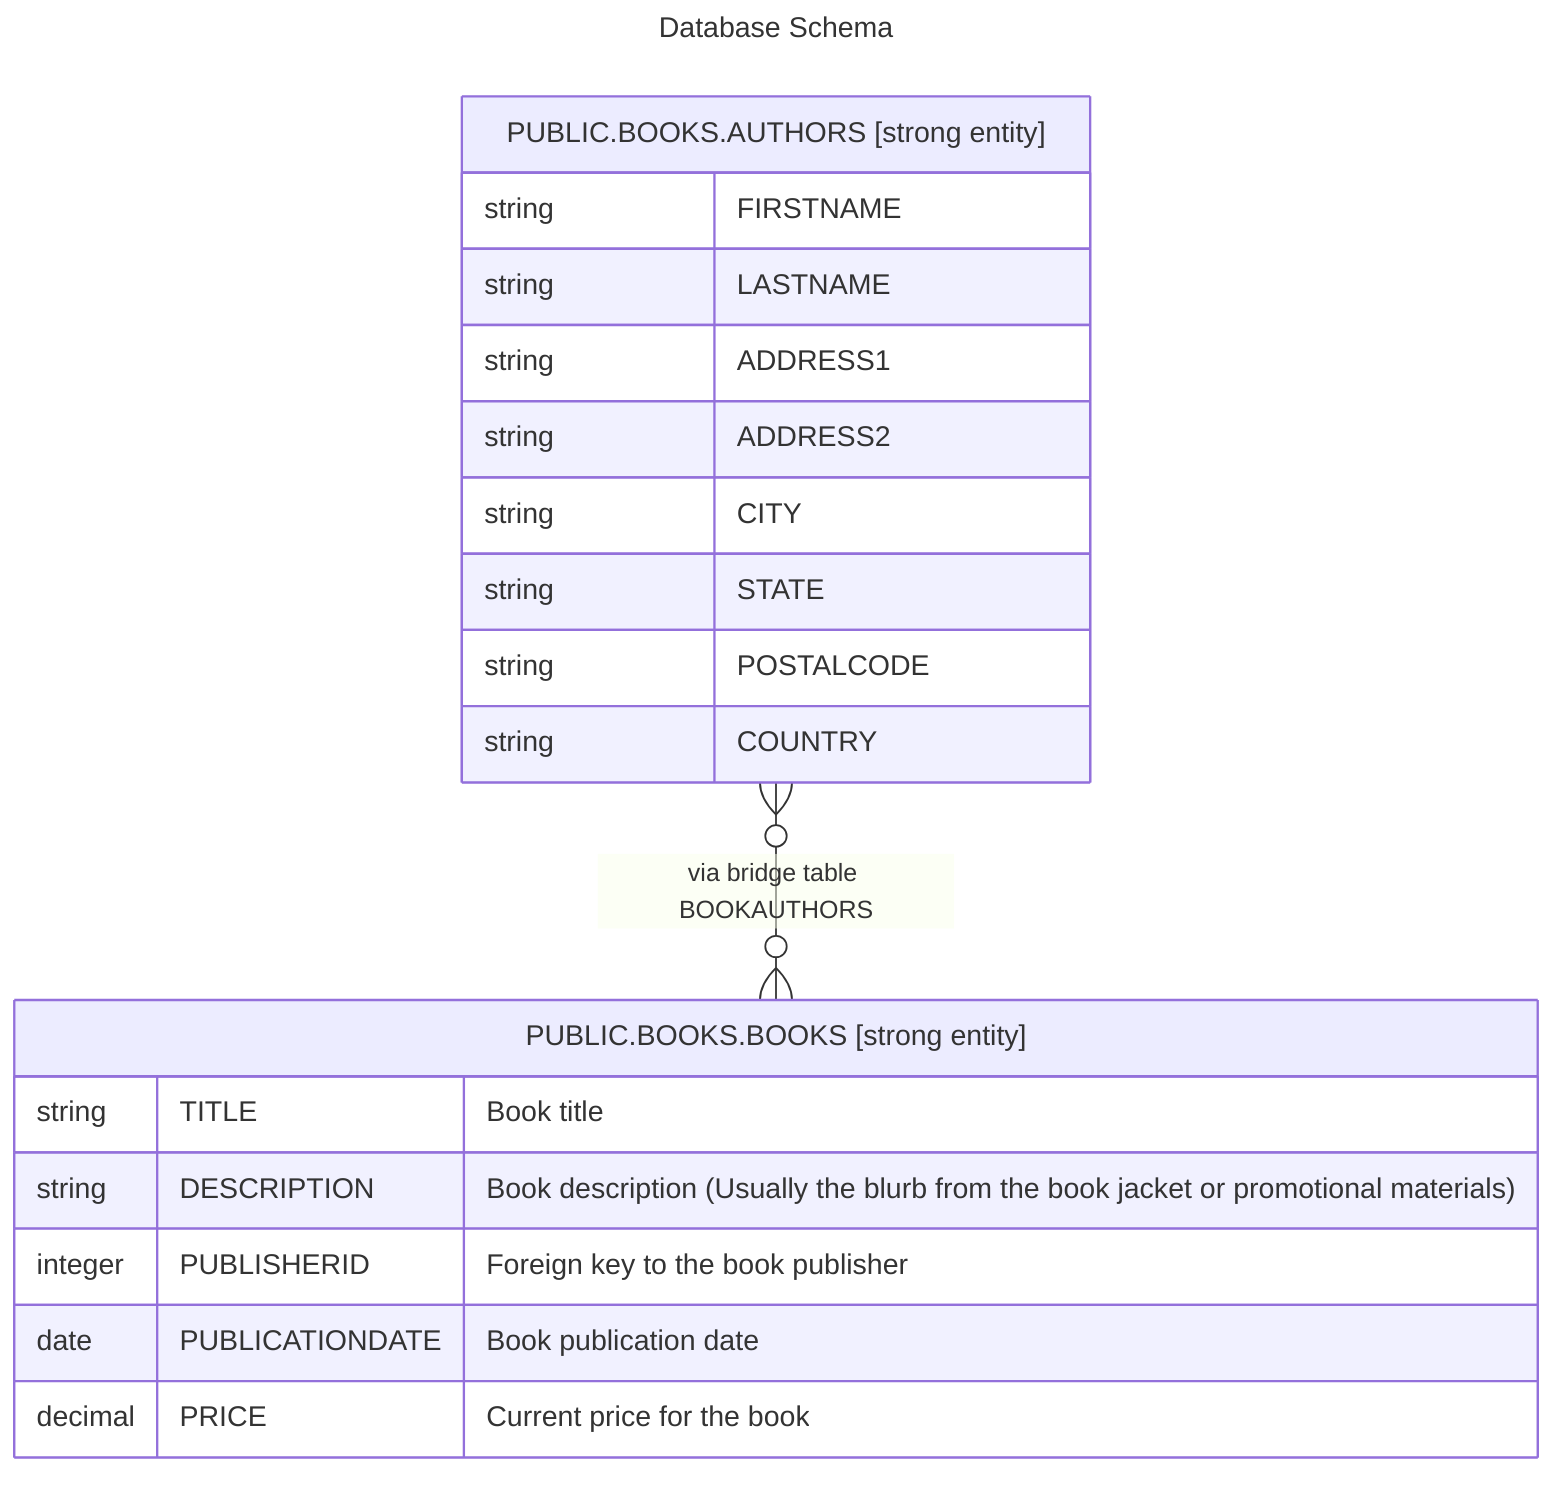
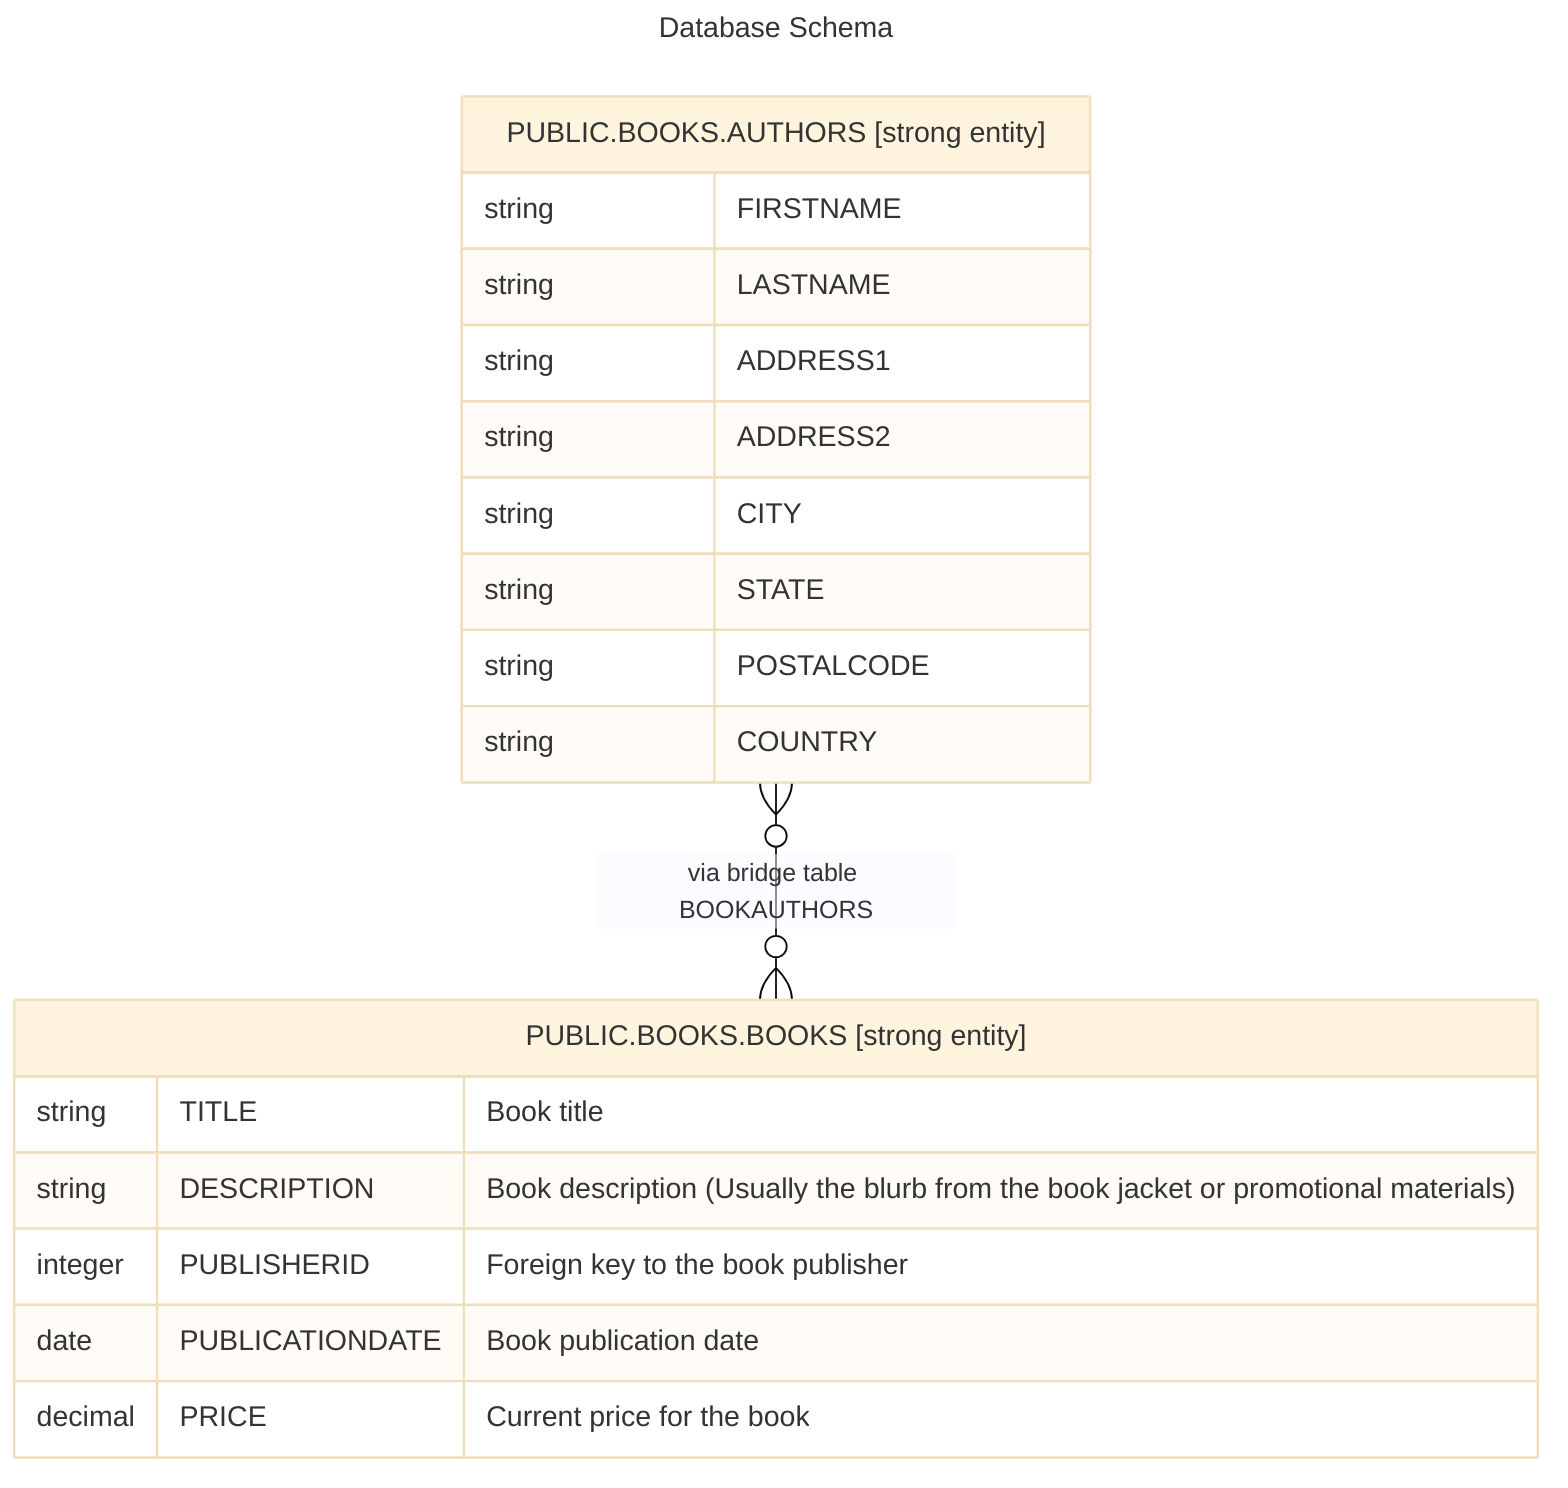
---
title: "Database Schema"
+ config:
+   theme: base
---
erDiagram

  "PUBLIC.BOOKS.AUTHORS [strong entity]" {
    string FIRSTNAME
    string LASTNAME
    string ADDRESS1
    string ADDRESS2
    string CITY
    string STATE
    string POSTALCODE
    string COUNTRY
  }

  "PUBLIC.BOOKS.BOOKS [strong entity]" {
    string TITLE "Book title"
    string DESCRIPTION "Book description (Usually the blurb from the book jacket or promotional materials)"
    integer PUBLISHERID "Foreign key to the book publisher"
    date PUBLICATIONDATE "Book publication date"
    decimal PRICE "Current price for the book"
  }

  "PUBLIC.BOOKS.AUTHORS [strong entity]" }o--o{ "PUBLIC.BOOKS.BOOKS [strong entity]" : "via bridge table BOOKAUTHORS"